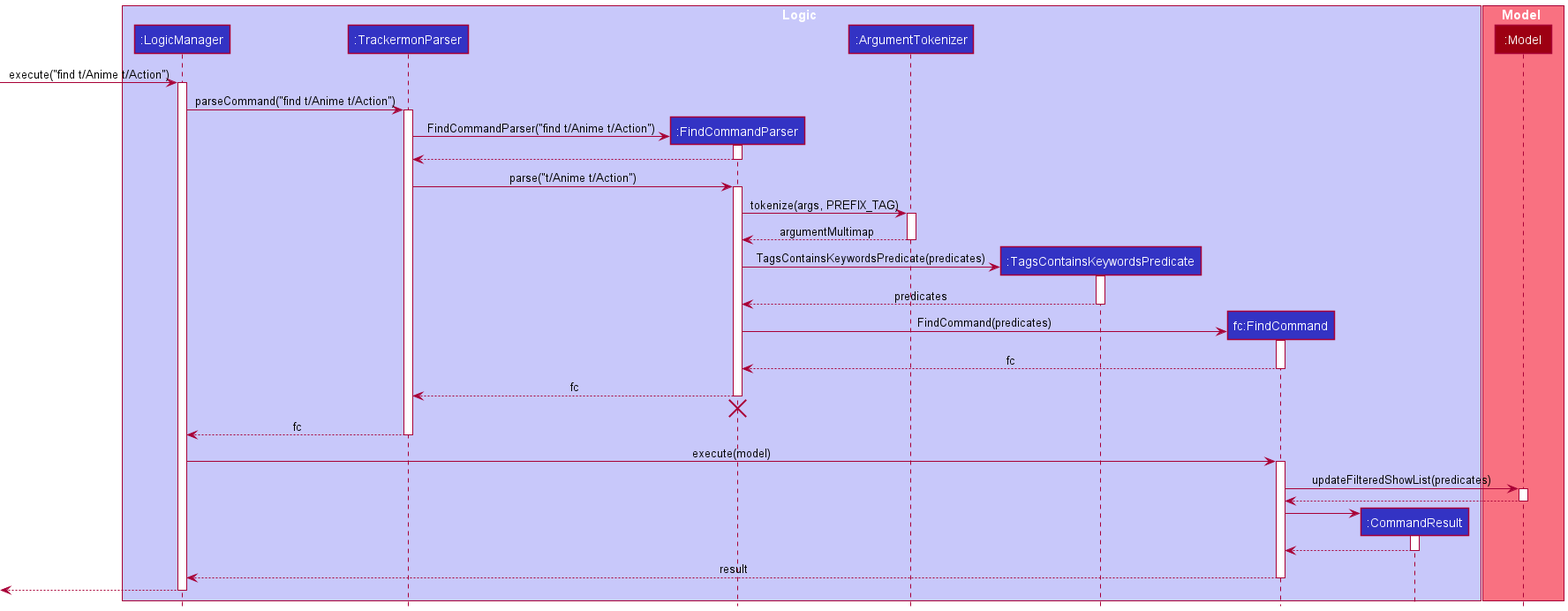
Earlier version of the PlantUML export docs/images/FindSequenceDiagram.png (nus-cs2103-AY2122S2/tp).
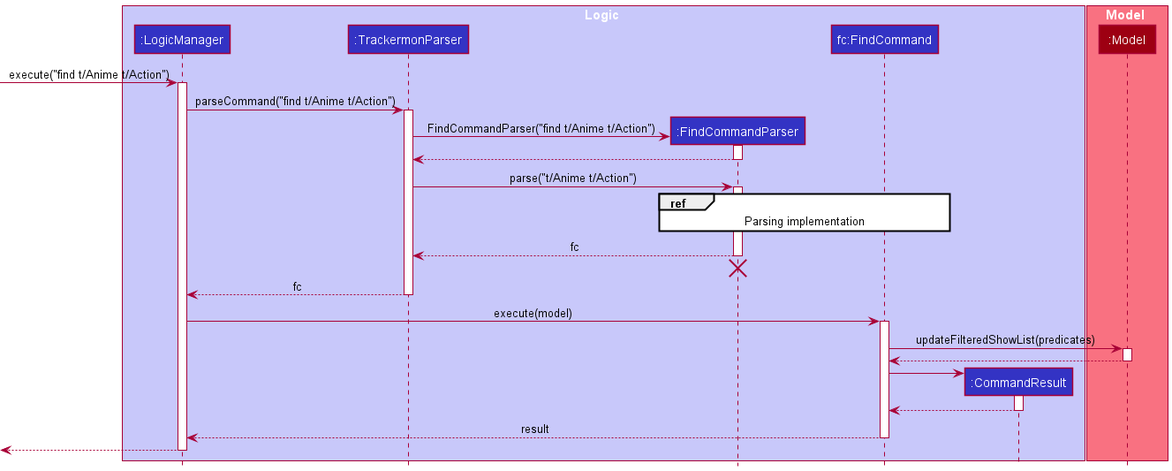
The same file after the commit.

Commit message:
Update DG sequence diagrams

The edit, as a diff of the source:
```diff
@@ -5,8 +5,6 @@
 participant ":LogicManager" as LogicManager LOGIC_COLOR
 participant ":TrackermonParser" as TrackermonParser LOGIC_COLOR
 participant ":FindCommandParser" as FindCommandParser LOGIC_COLOR
-participant ":ArgumentTokenizer" as ArgumentTokenizer LOGIC_COLOR
-participant ":TagsContainsKeywordsPredicate" as TagsContainsKeywordsPredicate LOGIC_COLOR
 participant "fc:FindCommand" as FindCommand LOGIC_COLOR
 participant ":CommandResult" as CommandResult LOGIC_COLOR
 end box
@@ -31,25 +29,7 @@
 TrackermonParser -> FindCommandParser :parse("t/Anime t/Action")
 activate FindCommandParser
 
-FindCommandParser -> ArgumentTokenizer : tokenize(args, PREFIX_TAG)
-activate ArgumentTokenizer
-
-ArgumentTokenizer --> FindCommandParser : argumentMultimap
-deactivate ArgumentTokenizer
-
-create TagsContainsKeywordsPredicate
-FindCommandParser -> TagsContainsKeywordsPredicate : TagsContainsKeywordsPredicate(predicates)
-activate TagsContainsKeywordsPredicate
-
-TagsContainsKeywordsPredicate --> FindCommandParser : predicates
-deactivate TagsContainsKeywordsPredicate
-
-create FindCommand
-FindCommandParser -> FindCommand : FindCommand(predicates)
-activate FindCommand
-
-FindCommand --> FindCommandParser : fc
-deactivate FindCommand
+ref over FindCommandParser, FindCommand : Parsing implementation
 
 FindCommandParser --> TrackermonParser : fc
 deactivate FindCommandParser
```
